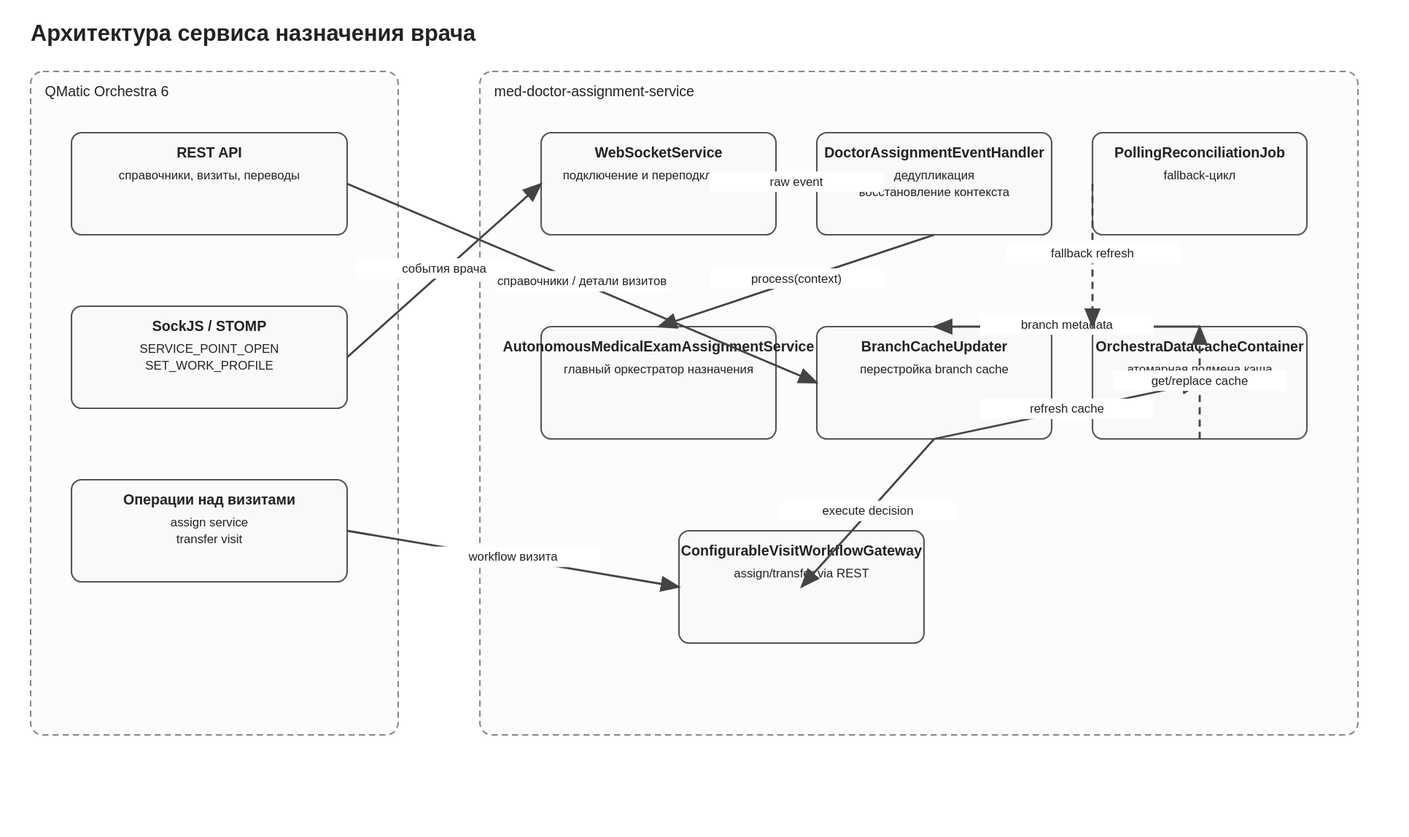
Before: docs/diagrams/architecture-overview.svg, a diagram exported from PlantUML (psokolov25/DoctorAssignment). Its source is kept beside it as docs/plantuml/architecture-overview.puml. Source of this version:
```plantuml
@startuml
skinparam componentStyle rectangle
skinparam shadowing false
skinparam defaultTextAlignment center
skinparam wrapWidth 220
skinparam maxMessageSize 180

actor "Врач" as Doctor
cloud "QMatic Orchestra 6" as Orchestra {
  component "REST API" as Rest
  component "SockJS / STOMP события" as Ws
}

package "med-doctor-assignment-service" {
  component "WebSocketService\nStompSessionHandlerImpl" as Websocket
  component "DoctorAssignmentEventHandler" as EventHandler
  component "AutonomousMedicalExamAssignmentService" as Assignment
  component "BranchCacheUpdater" as CacheUpdater
  component "OrchestraDataCacheContainer" as CacheContainer
  component "ConfigurableVisitWorkflowGateway" as Workflow
}

Doctor --> Orchestra
Ws --> Websocket : SERVICE_POINT_OPEN / SET_WORK_PROFILE
Websocket --> EventHandler : OrchestraEvent
EventHandler --> Assignment : process(context)
Assignment --> CacheContainer : branch cache
Assignment --> Workflow : assign / transfer visit
CacheUpdater --> Rest : read metadata
CacheUpdater --> CacheContainer : replace branch cache
Workflow --> Rest : visit workflow REST
@enduml
```
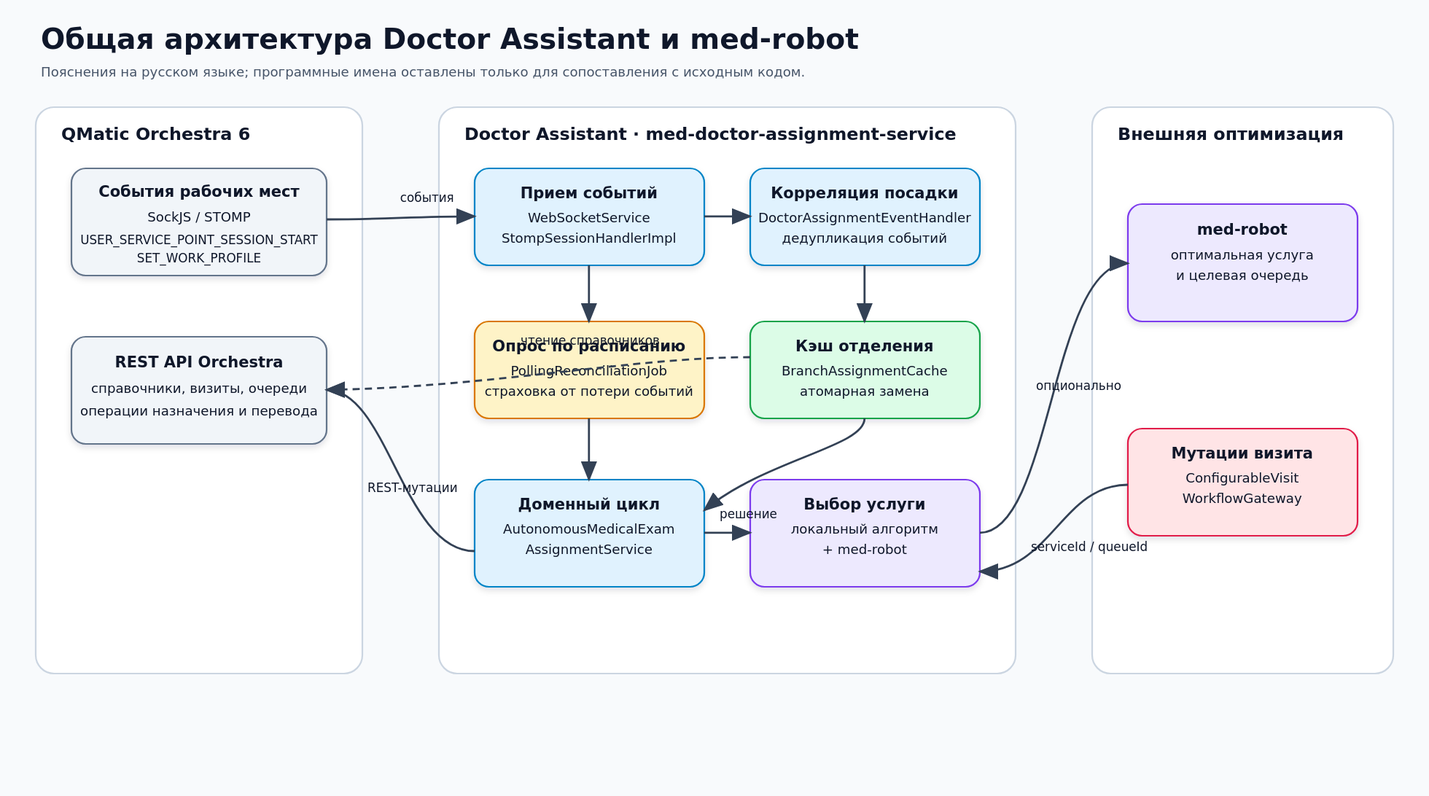
Above is the later version.

Change to the diagram source:
```diff
@@ -1,32 +1,81 @@
 @startuml
+title Общая архитектура Doctor Assistant и med-robot
+
+skinparam backgroundColor #F8FAFC
+skinparam shadowing false
 skinparam componentStyle rectangle
-skinparam shadowing false
+skinparam defaultFontName "DejaVu Sans"
+skinparam defaultFontSize 14
 skinparam defaultTextAlignment center
-skinparam wrapWidth 220
-skinparam maxMessageSize 180
+skinparam wrapWidth 260
+skinparam maxMessageSize 220
+skinparam ArrowColor #334155
+skinparam ArrowThickness 1.4
+skinparam package {
+  BackgroundColor #FFFFFF
+  BorderColor #CBD5E1
+  FontColor #0F172A
+}
+skinparam component {
+  BackgroundColor #E0F2FE
+  BorderColor #0284C7
+  FontColor #0F172A
+}
+skinparam database {
+  BackgroundColor #DCFCE7
+  BorderColor #16A34A
+  FontColor #0F172A
+}
+skinparam cloud {
+  BackgroundColor #F1F5F9
+  BorderColor #64748B
+  FontColor #0F172A
+}
+skinparam actor {
+  BorderColor #475569
+  FontColor #0F172A
+}
 
 actor "Врач" as Doctor
+
 cloud "QMatic Orchestra 6" as Orchestra {
-  component "REST API" as Rest
-  component "SockJS / STOMP события" as Ws
+  component "События рабочих мест\nSockJS / STOMP\n`USER_SERVICE_POINT_SESSION_START`\n`SET_WORK_PROFILE`" as Events
+  component "REST API Orchestra\nсправочники, визиты, очереди" as OrchestraRest
 }
 
-package "med-doctor-assignment-service" {
-  component "WebSocketService\nStompSessionHandlerImpl" as Websocket
-  component "DoctorAssignmentEventHandler" as EventHandler
-  component "AutonomousMedicalExamAssignmentService" as Assignment
-  component "BranchCacheUpdater" as CacheUpdater
-  component "OrchestraDataCacheContainer" as CacheContainer
-  component "ConfigurableVisitWorkflowGateway" as Workflow
+package "Doctor Assistant\n`med-doctor-assignment-service`" as DoctorAssistant {
+  component "Прием событий\n`WebSocketService`\n`StompSessionHandlerImpl`" as WsClient
+  component "Нормализация и корреляция\n`DoctorAssignmentEventHandler`" as Handler
+  component "Доменный цикл назначения\n`AutonomousMedicalExamAssignmentService`" as Assignment
+  component "Выбор услуги\nлокальный алгоритм + med-robot\n`MedRobotAwareDoctorServiceSelectionService`" as Selector
+  component "Выполнение мутаций визита\n`ConfigurableVisitWorkflowGateway`" as Workflow
+  component "Периодическая сверка\n`PollingReconciliationJob`" as Polling
+  database "Локальный кэш отделения\n`BranchAssignmentCache`" as Cache
+  component "Пересборка кэша\n`BranchCacheUpdater`" as CacheUpdater
 }
 
-Doctor --> Orchestra
-Ws --> Websocket : SERVICE_POINT_OPEN / SET_WORK_PROFILE
-Websocket --> EventHandler : OrchestraEvent
-EventHandler --> Assignment : process(context)
-Assignment --> CacheContainer : branch cache
-Assignment --> Workflow : assign / transfer visit
-CacheUpdater --> Rest : read metadata
-CacheUpdater --> CacheContainer : replace branch cache
-Workflow --> Rest : visit workflow REST
+cloud "med-robot" as MedRobot {
+  component "Оптимальная услуга и очередь\n`POST /prorobot/optimalqueue/{branchId}/service/{serviceId}`" as RobotApi
+}
+
+Doctor --> Orchestra : входит на рабочее место
+Events --> WsClient : события посадки врача
+WsClient --> Handler : нормализованное событие
+Handler --> Assignment : контекст врача
+Polling --> Assignment : плановый запуск при включенном расписании
+Assignment --> Cache : читает справочники и runtime-состояние
+Assignment --> Selector : выбирает услугу и очередь
+Selector --> RobotApi : опционально уточняет решение
+Selector --> Assignment : итоговая пара `serviceId` / `queueId`
+Assignment --> Workflow : назначить услугу и перевести визит
+Workflow --> OrchestraRest : mutating REST-вызовы
+CacheUpdater --> OrchestraRest : читает справочники
+CacheUpdater --> Cache : атомарно заменяет кэш
+
+legend right
+  <b>Принцип:</b> события запускают цикл назначения,
+  но решение принимается по локальному кэшу.
+  med-robot подключается только при включенном
+  `application.med-robot.enabled`.
+endlegend
 @enduml
```
